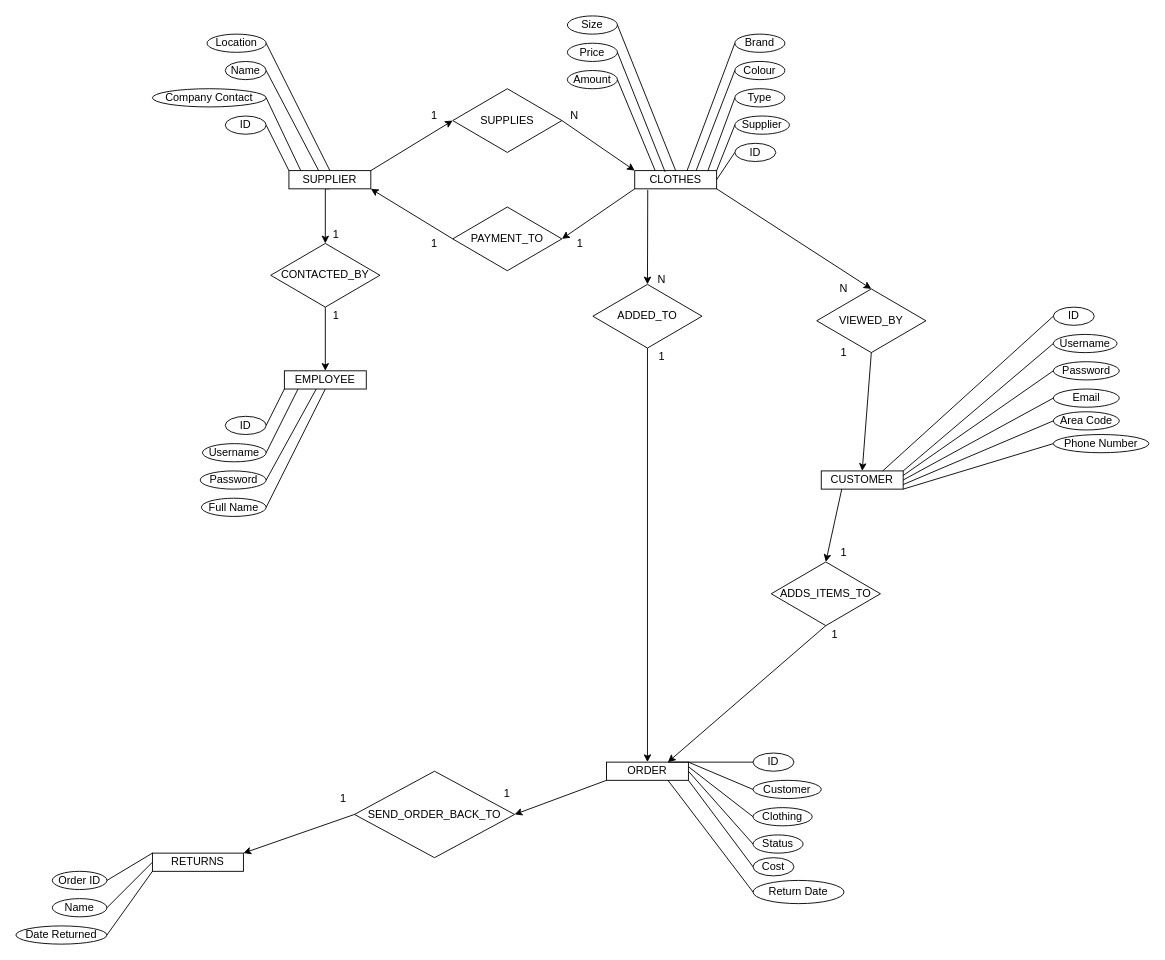
ClothingOnlineDatabase/ClothingStoreFiles keeps this draw.io diagram as FE2ProjectEERDiagram.drawio. Above is the earlier version. Source tidied: cells renumbered, new cells numbered last; positions are measured from the earlier drawing's top-left corner, leaving out a move shared by most shapes. Both pictures are drawn from the tidied source at 91%, with x=0, y=0 at pixel (15, 15).
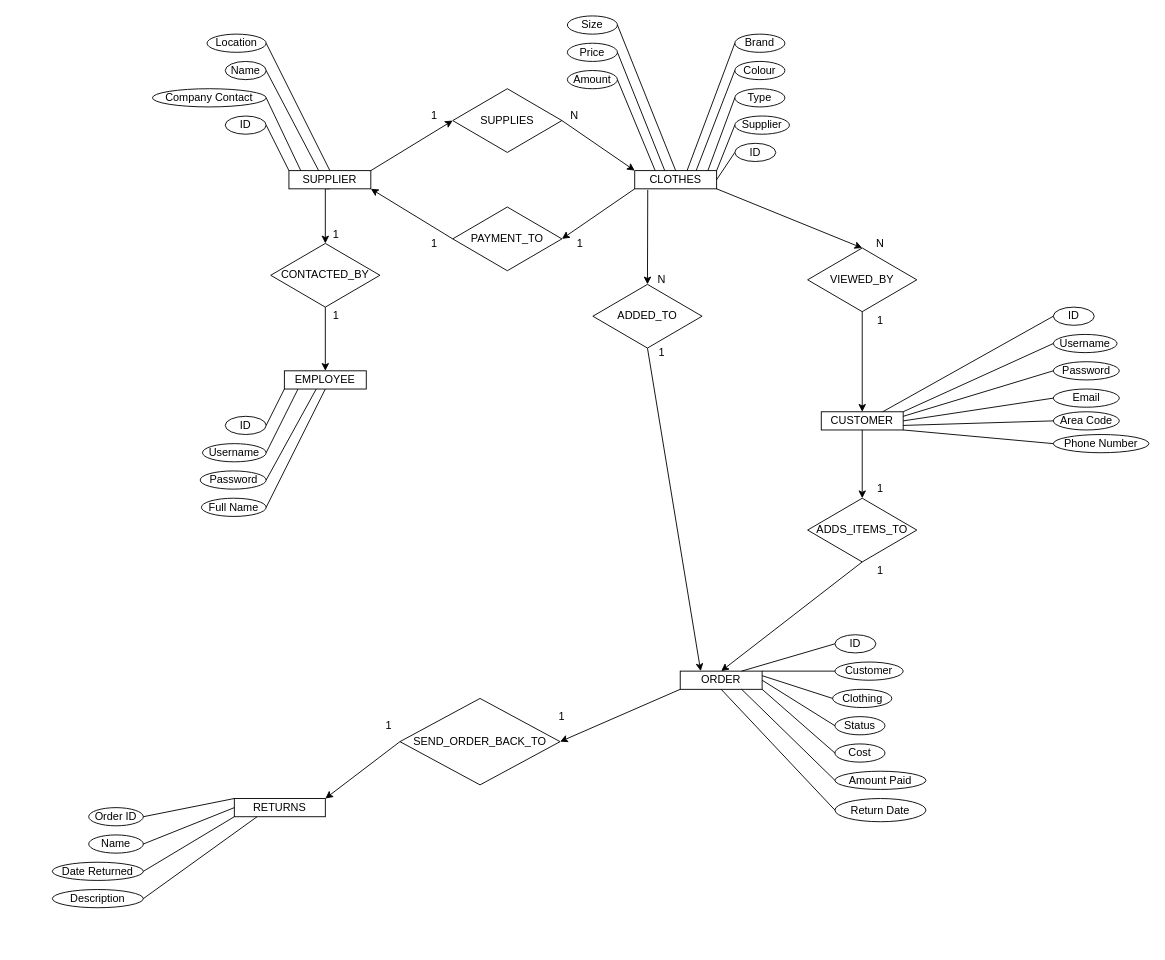
The same diagram, later.

Unchanged cells that the change refers to:
```xml
<mxCell id="8" value="CLOTHES" style="rounded=0;whiteSpace=wrap;html=1;" parent="1" vertex="1">
  <mxGeometry x="680" y="170" width="90" height="20" as="geometry" />
</mxCell>
<mxCell id="37" value="Price" style="ellipse;whiteSpace=wrap;html=1;" parent="1" vertex="1">
  <mxGeometry x="606" y="30" width="55" height="20" as="geometry" />
</mxCell>
<mxCell id="92" value="ADDED_TO" style="rhombus;whiteSpace=wrap;html=1;" parent="1" vertex="1">
  <mxGeometry x="634" y="295" width="120" height="70" as="geometry" />
</mxCell>
```

The edit, as a diff of the source:
```diff
@@
     <mxCell id="5" value="CUSTOMER" style="rounded=0;whiteSpace=wrap;html=1;" parent="1" vertex="1">
-      <mxGeometry x="885" y="500" width="90" height="20" as="geometry" />
+      <mxGeometry x="885" y="435" width="90" height="20" as="geometry" />
     </mxCell>
     <mxCell id="6" value="ORDER" style="rounded=0;whiteSpace=wrap;html=1;" parent="1" vertex="1">
-      <mxGeometry x="649" y="820" width="90" height="20" as="geometry" />
+      <mxGeometry x="730" y="720" width="90" height="20" as="geometry" />
     </mxCell>
     <mxCell id="7" value="RETURNS" style="rounded=0;whiteSpace=wrap;html=1;" parent="1" vertex="1">
-      <mxGeometry x="150" y="920" width="100" height="20" as="geometry" />
+      <mxGeometry x="240" y="860" width="100" height="20" as="geometry" />
     </mxCell>
@@
     <mxCell id="29" value="VIEWED_BY" style="rhombus;whiteSpace=wrap;html=1;" parent="1" vertex="1">
-      <mxGeometry x="880" y="300" width="120" height="70" as="geometry" />
+      <mxGeometry x="870" y="255" width="120" height="70" as="geometry" />
     </mxCell>
@@
     <mxCell id="32" value="ADDS_ITEMS_TO" style="rhombus;whiteSpace=wrap;html=1;" parent="1" vertex="1">
-      <mxGeometry x="830" y="600" width="120" height="70" as="geometry" />
+      <mxGeometry x="870" y="530" width="120" height="70" as="geometry" />
     </mxCell>
@@
     <mxCell id="40" value="SEND_ORDER_BACK_TO" style="rhombus;whiteSpace=wrap;html=1;" parent="1" vertex="1">
-      <mxGeometry x="372" y="830" width="176" height="95" as="geometry" />
+      <mxGeometry x="422" y="750" width="176" height="95" as="geometry" />
     </mxCell>
     <mxCell id="41" value="N" style="text;html=1;strokeColor=none;fillColor=none;align=center;verticalAlign=middle;whiteSpace=wrap;rounded=0;" parent="1" vertex="1">
-      <mxGeometry x="890" y="290" width="40" height="20" as="geometry" />
+      <mxGeometry x="930" y="240" width="40" height="20" as="geometry" />
     </mxCell>
     <mxCell id="42" value="1" style="text;html=1;strokeColor=none;fillColor=none;align=center;verticalAlign=middle;whiteSpace=wrap;rounded=0;" parent="1" vertex="1">
-      <mxGeometry x="890" y="360" width="40" height="20" as="geometry" />
+      <mxGeometry x="930" y="325" width="40" height="20" as="geometry" />
     </mxCell>
@@
-    <mxCell id="69" style="endArrow=none;html=1;entryX=1;entryY=0.5;entryDx=0;entryDy=0;exitX=0.371;exitY=0.071;exitDx=0;exitDy=0;exitPerimeter=0;" parent="1" edge="1" source="8" target="37">
-      <mxGeometry relative="1" as="geometry" />
+    <mxCell id="69" style="endArrow=none;html=1;entryX=1;entryY=0.5;entryDx=0;entryDy=0;" parent="1" edge="1" target="37">
+      <mxGeometry relative="1" as="geometry">
+        <mxPoint x="713" y="170" as="sourcePoint" />
+      </mxGeometry>
     </mxCell>
@@
     <mxCell id="71" value="ID" style="ellipse;whiteSpace=wrap;html=1;" parent="1" vertex="1">
-      <mxGeometry x="810" y="810" width="45" height="20" as="geometry" />
+      <mxGeometry x="900" y="680" width="45" height="20" as="geometry" />
     </mxCell>
     <mxCell id="72" value="Customer" style="ellipse;whiteSpace=wrap;html=1;" parent="1" vertex="1">
-      <mxGeometry x="810" y="840" width="75" height="20" as="geometry" />
+      <mxGeometry x="900" y="710" width="75" height="20" as="geometry" />
     </mxCell>
     <mxCell id="73" value="Clothing" style="ellipse;whiteSpace=wrap;html=1;" parent="1" vertex="1">
-      <mxGeometry x="810" y="870" width="65" height="20" as="geometry" />
+      <mxGeometry x="897.5" y="740" width="65" height="20" as="geometry" />
     </mxCell>
     <mxCell id="74" value="Status" style="ellipse;whiteSpace=wrap;html=1;" parent="1" vertex="1">
-      <mxGeometry x="810" y="900" width="55" height="20" as="geometry" />
+      <mxGeometry x="900" y="770" width="55" height="20" as="geometry" />
     </mxCell>
-    <mxCell id="75" value="Cost" style="ellipse;whiteSpace=wrap;html=1;" parent="1" vertex="1">
-      <mxGeometry x="810" y="925" width="45" height="20" as="geometry" />
+    <mxCell id="75" value="Amount Paid" style="ellipse;whiteSpace=wrap;html=1;" parent="1" vertex="1">
+      <mxGeometry x="900" y="830" width="100" height="20" as="geometry" />
     </mxCell>
     <mxCell id="76" value="Return Date" style="ellipse;whiteSpace=wrap;html=1;" parent="1" vertex="1">
-      <mxGeometry x="810" y="950" width="100" height="25.5" as="geometry" />
+      <mxGeometry x="900" y="860" width="100" height="25.5" as="geometry" />
     </mxCell>
@@
-    <mxCell id="81" style="endArrow=none;html=1;entryX=0;entryY=0.5;entryDx=0;entryDy=0;exitX=1;exitY=1;exitDx=0;exitDy=0;" parent="1" edge="1" source="6" target="75">
+    <mxCell id="81" style="endArrow=none;html=1;entryX=0;entryY=0.5;entryDx=0;entryDy=0;exitX=0.75;exitY=1;exitDx=0;exitDy=0;" parent="1" edge="1" source="6" target="75">
       <mxGeometry relative="1" as="geometry" />
     </mxCell>
-    <mxCell id="82" style="endArrow=none;html=1;entryX=0;entryY=0.5;entryDx=0;entryDy=0;exitX=0.75;exitY=1;exitDx=0;exitDy=0;" parent="1" edge="1" source="6" target="76">
+    <mxCell id="82" style="endArrow=none;html=1;entryX=0;entryY=0.5;entryDx=0;entryDy=0;exitX=0.5;exitY=1;exitDx=0;exitDy=0;" parent="1" edge="1" source="6" target="76">
       <mxGeometry relative="1" as="geometry" />
     </mxCell>
     <mxCell id="83" value="Order ID" style="ellipse;whiteSpace=wrap;html=1;" parent="1" vertex="1">
-      <mxGeometry x="40" y="940" width="60" height="20" as="geometry" />
+      <mxGeometry x="80" y="870" width="60" height="20" as="geometry" />
     </mxCell>
     <mxCell id="84" value="Name" style="ellipse;whiteSpace=wrap;html=1;" parent="1" vertex="1">
-      <mxGeometry x="40" y="970" width="60" height="20" as="geometry" />
+      <mxGeometry x="80" y="900" width="60" height="20" as="geometry" />
     </mxCell>
     <mxCell id="85" value="Date Returned" style="ellipse;whiteSpace=wrap;html=1;" parent="1" vertex="1">
-      <mxGeometry y="1000" width="100" height="20" as="geometry" />
+      <mxGeometry x="40" y="930" width="100" height="20" as="geometry" />
     </mxCell>
@@
     <mxCell id="89" value="1" style="text;html=1;strokeColor=none;fillColor=none;align=center;verticalAlign=middle;whiteSpace=wrap;rounded=0;" parent="1" vertex="1">
-      <mxGeometry x="520" y="845" width="40" height="20" as="geometry" />
+      <mxGeometry x="580" y="760" width="40" height="20" as="geometry" />
     </mxCell>
     <mxCell id="90" value="1" style="text;html=1;strokeColor=none;fillColor=none;align=center;verticalAlign=middle;whiteSpace=wrap;rounded=0;" parent="1" vertex="1">
-      <mxGeometry x="340" y="850" width="40" height="20" as="geometry" />
+      <mxGeometry x="390" y="770" width="40" height="20" as="geometry" />
     </mxCell>
-    <mxCell id="91" style="edgeStyle=orthogonalEdgeStyle;rounded=0;jettySize=auto;html=1;exitX=0.5;exitY=1;exitDx=0;exitDy=0;entryX=0.5;entryY=0;entryDx=0;entryDy=0;" parent="1" edge="1" source="92" target="6">
-      <mxGeometry relative="1" as="geometry" />
-    </mxCell>
@@
-    <mxCell id="96" style="endArrow=classic;html=1;exitX=0.25;exitY=1;exitDx=0;exitDy=0;entryX=0.5;entryY=0;entryDx=0;entryDy=0;" parent="1" edge="1" source="5" target="32">
+    <mxCell id="96" style="endArrow=classic;html=1;exitX=0.5;exitY=1;exitDx=0;exitDy=0;entryX=0.5;entryY=0;entryDx=0;entryDy=0;" parent="1" edge="1" source="5" target="32">
       <mxGeometry relative="1" as="geometry" />
     </mxCell>
-    <mxCell id="97" style="endArrow=classic;html=1;exitX=0.5;exitY=1;exitDx=0;exitDy=0;entryX=0.75;entryY=0;entryDx=0;entryDy=0;" parent="1" edge="1" source="32" target="6">
+    <mxCell id="97" style="endArrow=classic;html=1;exitX=0.5;exitY=1;exitDx=0;exitDy=0;entryX=0.5;entryY=0;entryDx=0;entryDy=0;" parent="1" edge="1" source="32" target="6">
       <mxGeometry relative="1" as="geometry" />
     </mxCell>
@@
     <mxCell id="100" value="1" style="text;html=1;strokeColor=none;fillColor=none;align=center;verticalAlign=middle;whiteSpace=wrap;rounded=0;" parent="1" vertex="1">
-      <mxGeometry x="890" y="580" width="40" height="20" as="geometry" />
+      <mxGeometry x="930" y="510" width="40" height="20" as="geometry" />
     </mxCell>
     <mxCell id="101" value="1" style="text;html=1;strokeColor=none;fillColor=none;align=center;verticalAlign=middle;whiteSpace=wrap;rounded=0;" parent="1" vertex="1">
-      <mxGeometry x="880" y="670" width="40" height="20" as="geometry" />
+      <mxGeometry x="930" y="600" width="40" height="20" as="geometry" />
     </mxCell>
@@
     <mxCell id="103" value="1" style="text;html=1;strokeColor=none;fillColor=none;align=center;verticalAlign=middle;whiteSpace=wrap;rounded=0;" parent="1" vertex="1">
-      <mxGeometry x="690" y="365" width="40" height="20" as="geometry" />
+      <mxGeometry x="690" y="360" width="40" height="20" as="geometry" />
     </mxCell>
@@
+    <mxCell id="91" style="endArrow=classic;html=1;entryX=0.25;entryY=0;entryDx=0;entryDy=0;exitX=0.5;exitY=1;exitDx=0;exitDy=0;" parent="1" edge="1" source="92" target="6">
+      <mxGeometry relative="1" as="geometry" />
+    </mxCell>
+    <mxCell id="106" value="Description" style="ellipse;whiteSpace=wrap;html=1;" parent="1" vertex="1">
+      <mxGeometry x="40" y="960" width="100" height="20" as="geometry" />
+    </mxCell>
+    <mxCell id="107" style="endArrow=none;html=1;exitX=1;exitY=0.5;exitDx=0;exitDy=0;entryX=0.25;entryY=1;entryDx=0;entryDy=0;" parent="1" edge="1" source="106" target="7">
+      <mxGeometry relative="1" as="geometry" />
+    </mxCell>
+    <mxCell id="108" value="Cost" style="ellipse;whiteSpace=wrap;html=1;" parent="1" vertex="1">
+      <mxGeometry x="900" y="800" width="55" height="20" as="geometry" />
+    </mxCell>
+    <mxCell id="109" style="endArrow=none;html=1;entryX=0;entryY=0.5;entryDx=0;entryDy=0;exitX=1;exitY=1;exitDx=0;exitDy=0;" parent="1" edge="1" source="6" target="108">
+      <mxGeometry relative="1" as="geometry" />
+    </mxCell>
```
